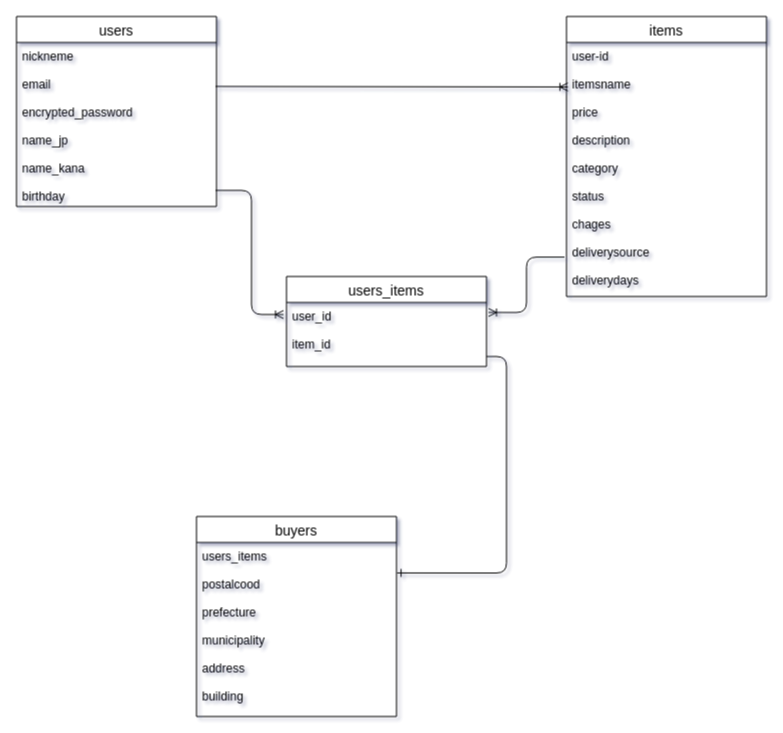
Above: ER_create.dio in torai1783/furima-28115 (draw.io), before the change. Source tidied: cells renumbered, new cells numbered last; positions are measured from the earlier drawing's top-left corner, leaving out a move shared by most shapes. Both pictures are drawn from the tidied source at 100%, with x=0, y=0 at pixel (16, 16).
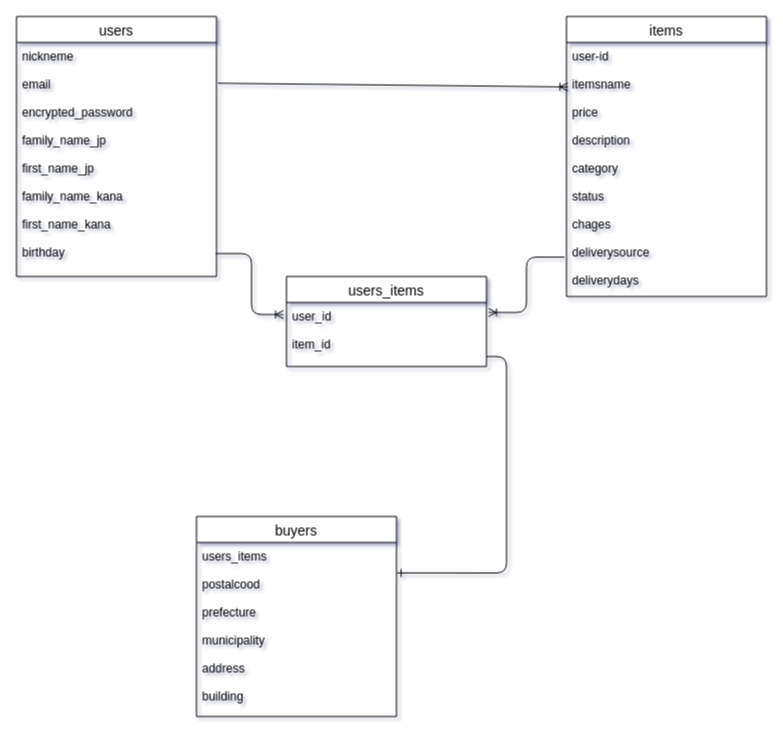
Above is the later version.

Commit message (it also covers changes not shown here):
テーブル設計4

Diff of the diagram source:
```diff
@@
 <mxGraphModel shadow="1">
   <root>
     <mxCell id="0" />
     <mxCell id="1" parent="0" />
     <mxCell id="2" value="items" style="swimlane;fontStyle=0;horizontal=1;startSize=26;align=center;fontSize=14;" parent="1" vertex="1">
       <mxGeometry x="550" width="200" height="280" as="geometry" />
     </mxCell>
     <mxCell id="3" value="user-id&#10;&#10;itemsname&#10;&#10;price&#10;&#10;description&#10;&#10;category&#10;&#10;status&#10;&#10;chages&#10;&#10;deliverysource&#10;&#10;deliverydays&#10;&#10;" style="text;strokeColor=none;fillColor=none;spacingLeft=4;spacingRight=4;overflow=hidden;points=[[0,0.5],[1,0.5]];portConstraint=eastwest;fontSize=12;" parent="2" vertex="1">
       <mxGeometry y="26" width="200" height="254" as="geometry" />
     </mxCell>
     <mxCell id="4" value="users_items" style="swimlane;fontStyle=0;horizontal=1;startSize=26;align=center;fontSize=14;" parent="1" vertex="1">
       <mxGeometry x="270" y="260" width="200" height="90" as="geometry" />
     </mxCell>
     <mxCell id="5" value="user_id&#10;&#10;item_id" style="text;strokeColor=none;fillColor=none;spacingLeft=4;spacingRight=4;overflow=hidden;points=[[0,0.5],[1,0.5]];portConstraint=eastwest;fontSize=12;" parent="4" vertex="1">
       <mxGeometry y="26" width="200" height="64" as="geometry" />
     </mxCell>
     <mxCell id="6" value="users" style="swimlane;fontStyle=0;horizontal=1;startSize=26;align=center;fontSize=14;" parent="1" vertex="1">
-      <mxGeometry width="200" height="190" as="geometry" />
+      <mxGeometry width="200" height="260" as="geometry" />
     </mxCell>
-    <mxCell id="7" value="nickneme&#10;&#10;email&#10;&#10;encrypted_password&#10;&#10;name_jp&#10;&#10;name_kana&#10;&#10;birthday" style="text;strokeColor=none;fillColor=none;spacingLeft=4;spacingRight=4;overflow=hidden;points=[[0,0.5],[1,0.5]];portConstraint=eastwest;fontSize=12;" parent="6" vertex="1">
-      <mxGeometry y="26" width="200" height="164" as="geometry" />
+    <mxCell id="7" value="nickneme&#10;&#10;email&#10;&#10;encrypted_password&#10;&#10;family_name_jp&#10;&#10;first_name_jp&#10;&#10;family_name_kana&#10;&#10;first_name_kana&#10;&#10;birthday" style="text;strokeColor=none;fillColor=none;spacingLeft=4;spacingRight=4;overflow=hidden;points=[[0,0.5],[1,0.5]];portConstraint=eastwest;fontSize=12;" parent="6" vertex="1">
+      <mxGeometry y="26" width="200" height="234" as="geometry" />
     </mxCell>
     <mxCell id="8" style="edgeStyle=orthogonalEdgeStyle;fontSize=12;html=1;endArrow=ERoneToMany;exitX=-0.01;exitY=0.845;exitDx=0;exitDy=0;exitPerimeter=0;entryX=1.01;entryY=0.156;entryDx=0;entryDy=0;entryPerimeter=0;" parent="1" edge="1" source="3" target="5">
       <mxGeometry relative="1" as="geometry" />
     </mxCell>
     <mxCell id="9" style="edgeStyle=orthogonalEdgeStyle;fontSize=12;html=1;endArrow=ERoneToMany;exitX=0.995;exitY=0.902;exitDx=0;exitDy=0;exitPerimeter=0;entryX=-0.015;entryY=0.188;entryDx=0;entryDy=0;entryPerimeter=0;" parent="1" edge="1" source="7" target="5">
       <mxGeometry relative="1" as="geometry" />
     </mxCell>
-    <mxCell id="10" style="fontSize=12;html=1;endArrow=ERoneToMany;exitX=0.995;exitY=0.268;exitDx=0;exitDy=0;exitPerimeter=0;entryX=0.007;entryY=0.175;entryDx=0;entryDy=0;entryPerimeter=0;" parent="1" edge="1" source="7" target="3">
+    <mxCell id="10" style="fontSize=12;html=1;endArrow=ERoneToMany;exitX=1.007;exitY=0.174;exitDx=0;exitDy=0;exitPerimeter=0;entryX=0.007;entryY=0.175;entryDx=0;entryDy=0;entryPerimeter=0;" parent="1" edge="1" source="7" target="3">
       <mxGeometry relative="1" as="geometry" />
     </mxCell>
     <mxCell id="11" value="buyers" style="swimlane;fontStyle=0;horizontal=1;startSize=26;align=center;fontSize=14;" parent="1" vertex="1">
       <mxGeometry x="180" y="500" width="200" height="200" as="geometry" />
     </mxCell>
     <mxCell id="12" value="users_items&#10;&#10;postalcood&#10;&#10;prefecture&#10;  &#10;municipality&#10;&#10;address&#10;&#10;building" style="text;strokeColor=none;fillColor=none;spacingLeft=4;spacingRight=4;overflow=hidden;points=[[0,0.5],[1,0.5]];portConstraint=eastwest;fontSize=12;" parent="11" vertex="1">
       <mxGeometry y="26" width="200" height="174" as="geometry" />
     </mxCell>
     <mxCell id="13" style="edgeStyle=orthogonalEdgeStyle;fontSize=12;html=1;endArrow=ERone;endFill=1;entryX=1.003;entryY=0.175;entryDx=0;entryDy=0;entryPerimeter=0;exitX=1;exitY=0.844;exitDx=0;exitDy=0;exitPerimeter=0;" parent="1" edge="1" source="5" target="12">
       <mxGeometry relative="1" as="geometry">
         <Array as="points">
           <mxPoint x="490" y="340" />
           <mxPoint x="490" y="556" />
         </Array>
       </mxGeometry>
     </mxCell>
   </root>
 </mxGraphModel>
```
